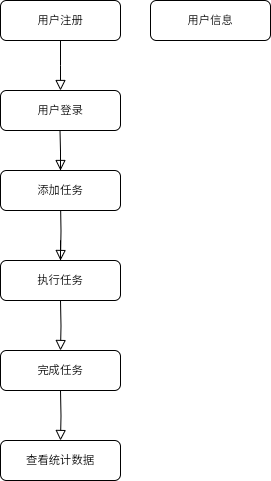
Above: user-flow.drawio.png in nanxfu/Practice (draw.io), before the change. Source tidied: cells renumbered, new cells last; positions are measured from the earlier drawing's top-left corner, leaving out a move shared by most shapes.
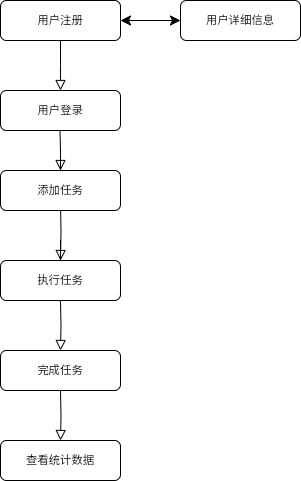
Later version of the same file.

Change to the diagram source:
```diff
@@ -58,8 +58,11 @@
     <mxCell id="15" value="查看统计数据" style="rounded=1;whiteSpace=wrap;html=1;fontSize=12;glass=0;strokeWidth=1;shadow=0;" parent="1" vertex="1">
       <mxGeometry y="440" width="120" height="40" as="geometry" />
     </mxCell>
-    <mxCell id="16" value="用户信息" style="rounded=1;whiteSpace=wrap;html=1;fontSize=12;glass=0;strokeWidth=1;shadow=0;" parent="1" vertex="1">
-      <mxGeometry x="150" width="120" height="40" as="geometry" />
+    <mxCell id="16" value="用户详细信息" style="rounded=1;whiteSpace=wrap;html=1;fontSize=12;glass=0;strokeWidth=1;shadow=0;" parent="1" vertex="1">
+      <mxGeometry x="180" width="120" height="40" as="geometry" />
     </mxCell>
+    <mxCell id="17" style="endArrow=classic;startArrow=classic;html=1;rounded=0;fontSize=12;startSize=8;endSize=8;curved=1;entryX=0;entryY=0.5;entryDx=0;entryDy=0;exitX=1;exitY=0.5;exitDx=0;exitDy=0;" parent="1" edge="1" source="3" target="16">
+      <mxGeometry relative="1" as="geometry" />
+    </mxCell>
   </root>
 </mxGraphModel>
```
